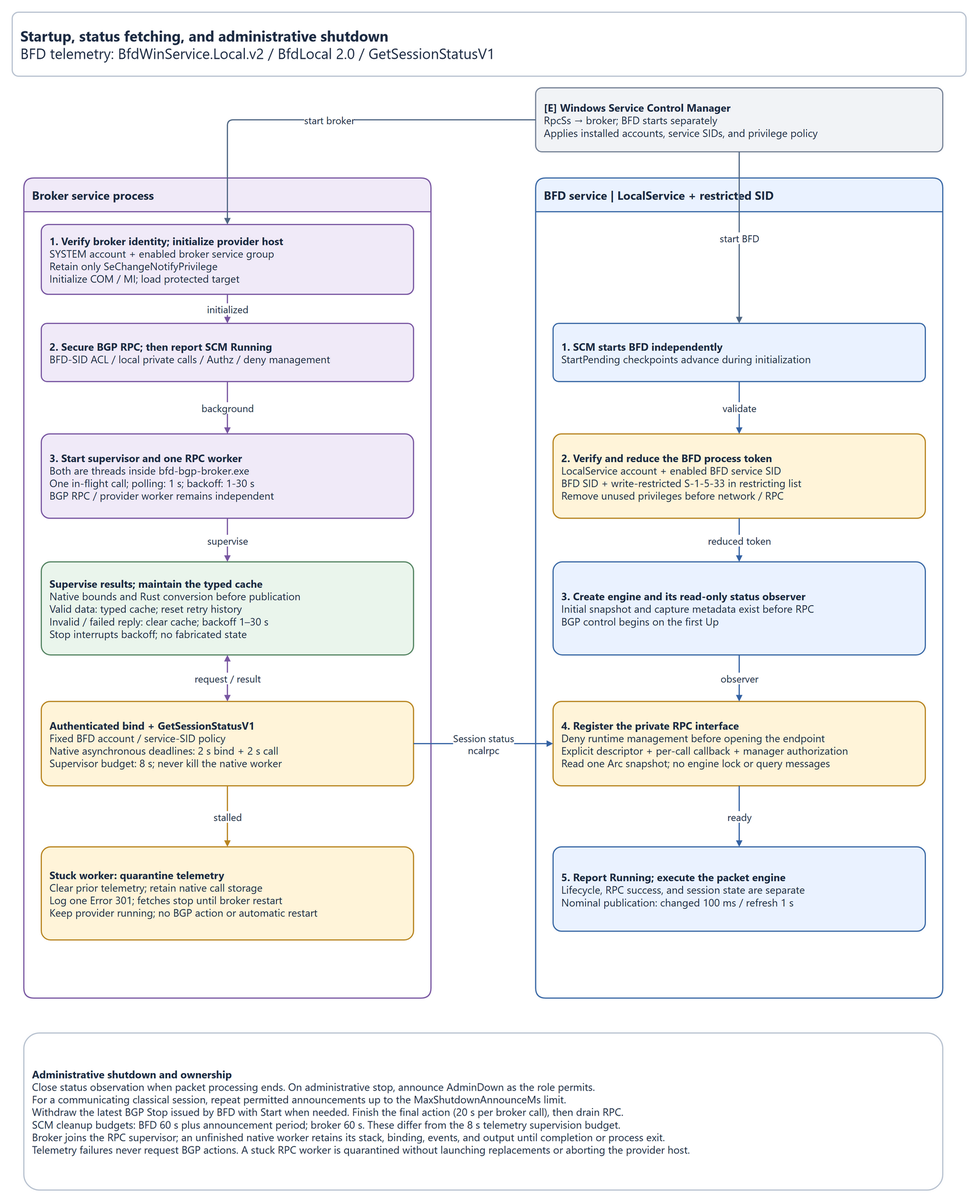
This is docs/images/service-communication-lifecycle-v2-hardened.png from miketheitguy/bfd-winservice, a draw.io export, as it was before one commit. Source tidied: cells renumbered, new cells last; positions are measured from the earlier drawing's top-left corner, leaving out a move shared by most shapes.
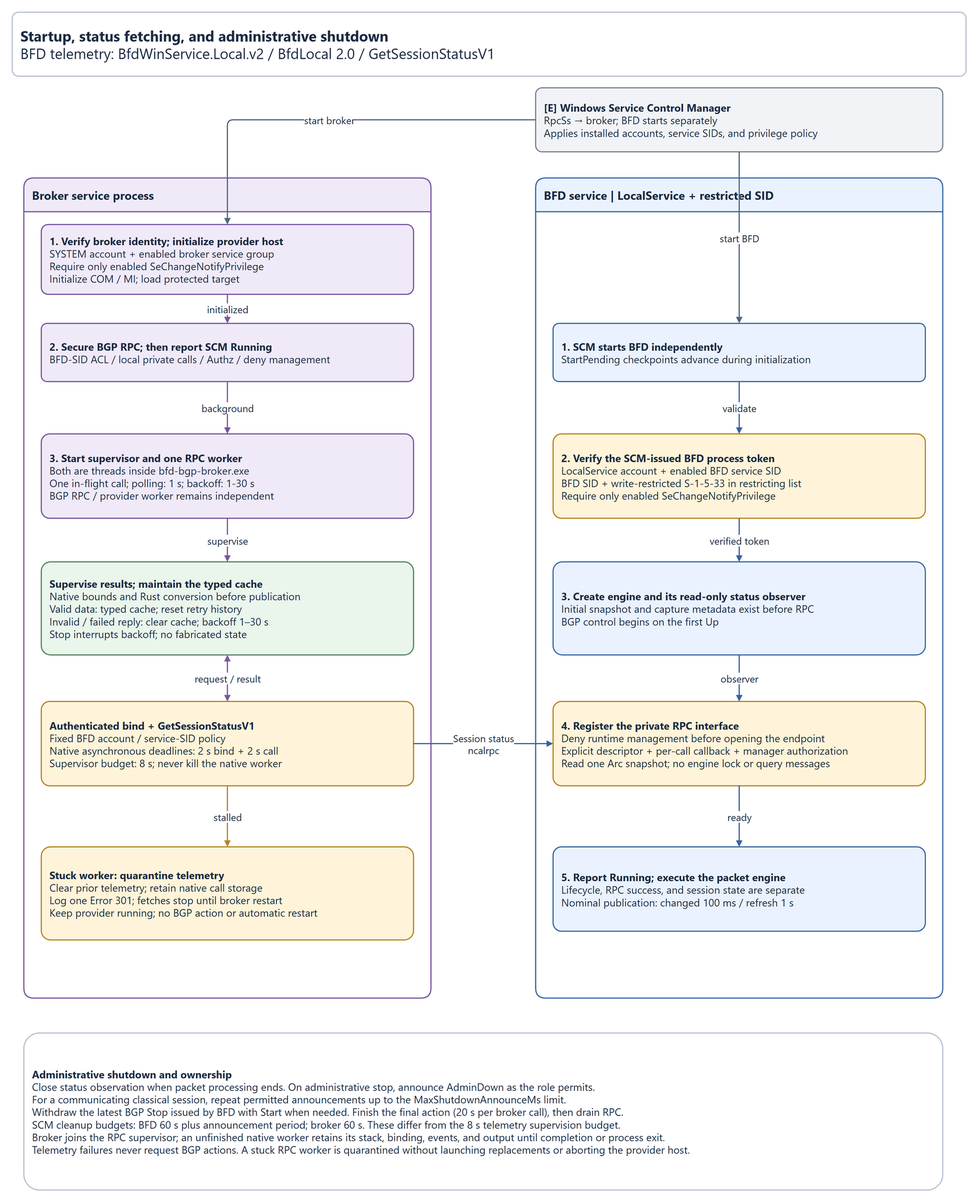
After the commit.

Diff of the diagram source:
```diff
@@ -14,7 +14,7 @@
     <mxCell id="5" value="&lt;b&gt;BFD service | LocalService + restricted SID&lt;/b&gt;" style="rounded=1;arcSize=10;whiteSpace=wrap;html=1;fillColor=#EAF2FF;strokeColor=#3A69A6;strokeWidth=2;fontFamily=Segoe UI;fontSize=20;fontColor=#1C2B43;spacing=14;align=left;verticalAlign=middle;shape=swimlane;startSize=58;horizontal=1;swimlaneLine=1;" parent="1" vertex="1">
       <mxGeometry x="900" y="285" width="700" height="1410" as="geometry" />
     </mxCell>
-    <mxCell id="6" value="&lt;b&gt;1. Verify broker identity; initialize provider host&lt;/b&gt;&lt;br&gt;SYSTEM account + enabled broker service group&lt;br&gt;Retain only SeChangeNotifyPrivilege&lt;br&gt;Initialize COM / MI; load protected target" style="rounded=1;arcSize=10;whiteSpace=wrap;html=1;fillColor=#F0EAF8;strokeColor=#7957A2;strokeWidth=2;fontFamily=Segoe UI;fontSize=18;fontColor=#1C2B43;spacing=14;align=left;verticalAlign=middle;" parent="4" vertex="1">
+    <mxCell id="6" value="&lt;b&gt;1. Verify broker identity; initialize provider host&lt;/b&gt;&lt;br&gt;SYSTEM account + enabled broker service group&lt;br&gt;Require only enabled SeChangeNotifyPrivilege&lt;br&gt;Initialize COM / MI; load protected target" style="rounded=1;arcSize=10;whiteSpace=wrap;html=1;fillColor=#F0EAF8;strokeColor=#7957A2;strokeWidth=2;fontFamily=Segoe UI;fontSize=18;fontColor=#1C2B43;spacing=14;align=left;verticalAlign=middle;" parent="4" vertex="1">
       <mxGeometry x="30" y="80" width="640" height="120" as="geometry" />
     </mxCell>
     <mxCell id="7" value="&lt;b&gt;2. Secure BGP RPC; then report SCM Running&lt;/b&gt;&lt;br&gt;BFD-SID ACL / local private calls / Authz / deny management" style="rounded=1;arcSize=10;whiteSpace=wrap;html=1;fillColor=#F0EAF8;strokeColor=#7957A2;strokeWidth=2;fontFamily=Segoe UI;fontSize=18;fontColor=#1C2B43;spacing=14;align=left;verticalAlign=middle;" parent="4" vertex="1">
@@ -35,7 +35,7 @@
     <mxCell id="12" value="&lt;b&gt;1. SCM starts BFD independently&lt;/b&gt;&lt;br&gt;StartPending checkpoints advance during initialization" style="rounded=1;arcSize=10;whiteSpace=wrap;html=1;fillColor=#EAF2FF;strokeColor=#3A69A6;strokeWidth=2;fontFamily=Segoe UI;fontSize=18;fontColor=#1C2B43;spacing=14;align=left;verticalAlign=middle;" parent="5" vertex="1">
       <mxGeometry x="30" y="250" width="640" height="100" as="geometry" />
     </mxCell>
-    <mxCell id="13" value="&lt;b&gt;2. Verify and reduce the BFD process token&lt;/b&gt;&lt;br&gt;LocalService account + enabled BFD service SID&lt;br&gt;BFD SID + write-restricted S-1-5-33 in restricting list&lt;br&gt;Remove unused privileges before network / RPC" style="rounded=1;arcSize=10;whiteSpace=wrap;html=1;fillColor=#FFF4D9;strokeColor=#B98521;strokeWidth=2;fontFamily=Segoe UI;fontSize=18;fontColor=#1C2B43;spacing=14;align=left;verticalAlign=middle;" parent="5" vertex="1">
+    <mxCell id="13" value="&lt;b&gt;2. Verify the SCM-issued BFD process token&lt;/b&gt;&lt;br&gt;LocalService account + enabled BFD service SID&lt;br&gt;BFD SID + write-restricted S-1-5-33 in restricting list&lt;br&gt;Require only enabled SeChangeNotifyPrivilege" style="rounded=1;arcSize=10;whiteSpace=wrap;html=1;fillColor=#FFF4D9;strokeColor=#B98521;strokeWidth=2;fontFamily=Segoe UI;fontSize=18;fontColor=#1C2B43;spacing=14;align=left;verticalAlign=middle;" parent="5" vertex="1">
       <mxGeometry x="30" y="440" width="640" height="145" as="geometry" />
     </mxCell>
     <mxCell id="14" value="&lt;b&gt;3. Create engine and its read-only status observer&lt;/b&gt;&lt;br&gt;Initial snapshot and capture metadata exist before RPC&lt;br&gt;BGP control begins on the first Up" style="rounded=1;arcSize=10;whiteSpace=wrap;html=1;fillColor=#EAF2FF;strokeColor=#3A69A6;strokeWidth=2;fontFamily=Segoe UI;fontSize=18;fontColor=#1C2B43;spacing=14;align=left;verticalAlign=middle;" parent="5" vertex="1">
@@ -71,7 +71,7 @@
     <mxCell id="24" value="validate" style="edgeStyle=orthogonalEdgeStyle;rounded=1;html=1;strokeColor=#3563A4;strokeWidth=2;endArrow=block;endFill=1;fontFamily=Segoe UI;fontSize=17;fontColor=#1C2B43;labelBackgroundColor=#FFFFFF;spacing=6;jettySize=auto;" parent="5" edge="1" source="12" target="13">
       <mxGeometry relative="1" as="geometry" />
     </mxCell>
-    <mxCell id="25" value="reduced token" style="edgeStyle=orthogonalEdgeStyle;rounded=1;html=1;strokeColor=#3563A4;strokeWidth=2;endArrow=block;endFill=1;fontFamily=Segoe UI;fontSize=17;fontColor=#1C2B43;labelBackgroundColor=#FFFFFF;spacing=6;jettySize=auto;" parent="5" edge="1" source="13" target="14">
+    <mxCell id="25" value="verified token" style="edgeStyle=orthogonalEdgeStyle;rounded=1;html=1;strokeColor=#3563A4;strokeWidth=2;endArrow=block;endFill=1;fontFamily=Segoe UI;fontSize=17;fontColor=#1C2B43;labelBackgroundColor=#FFFFFF;spacing=6;jettySize=auto;" parent="5" edge="1" source="13" target="14">
       <mxGeometry relative="1" as="geometry" />
     </mxCell>
     <mxCell id="26" value="observer" style="edgeStyle=orthogonalEdgeStyle;rounded=1;html=1;strokeColor=#3563A4;strokeWidth=2;endArrow=block;endFill=1;fontFamily=Segoe UI;fontSize=17;fontColor=#1C2B43;labelBackgroundColor=#FFFFFF;spacing=6;jettySize=auto;" parent="5" edge="1" source="14" target="15">
```
